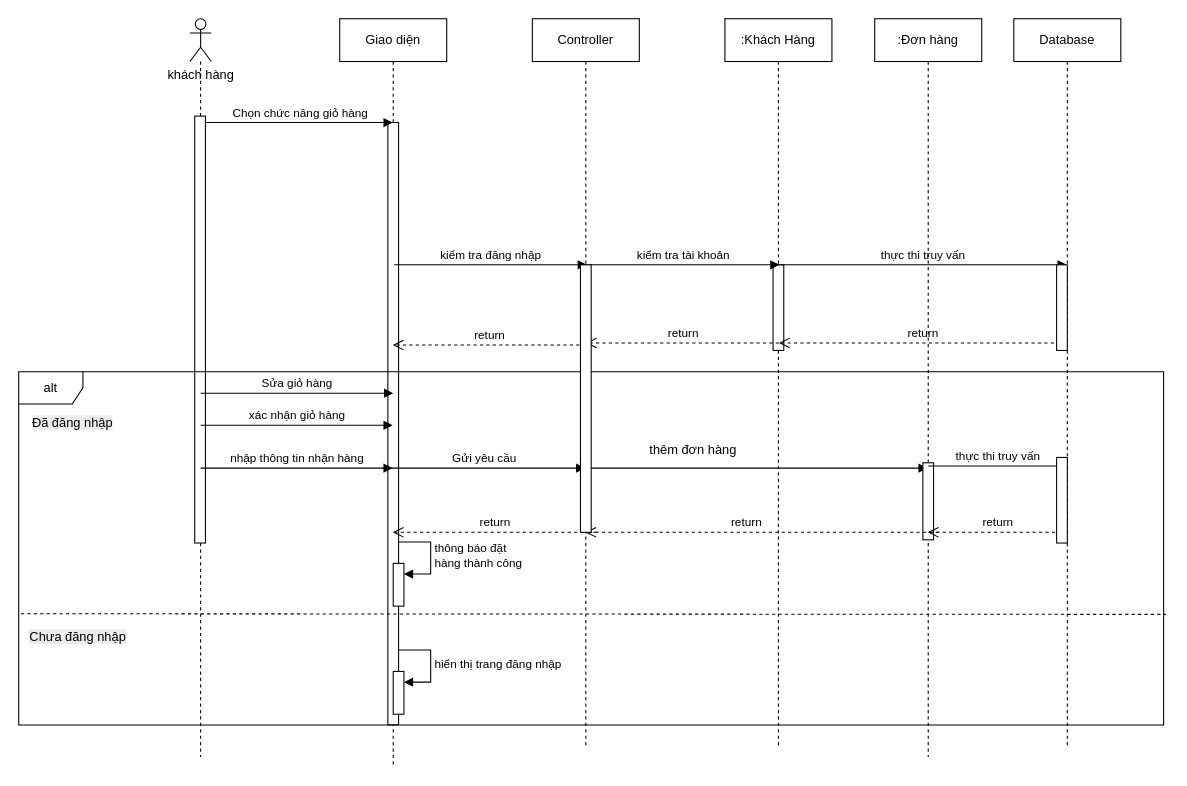
Above: User/Sequence/dathang.drawio in dmn-05/PTTK-HTTT (draw.io), before the change. Source tidied: cells renumbered, new cells numbered last; positions are measured from the earlier drawing's top-left corner, leaving out a move shared by most shapes. Both pictures are drawn from the tidied source at 107%, with x=0, y=0 at pixel (18, 18).
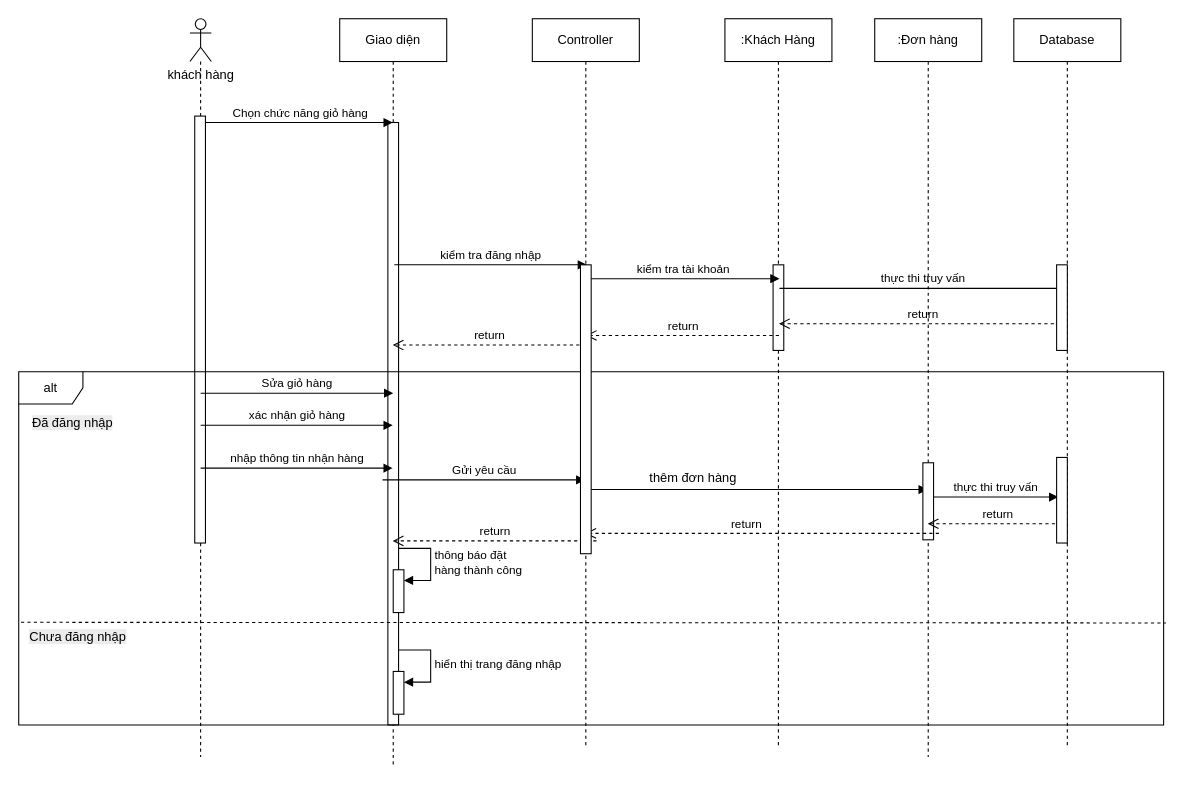
Above is the later version.

Unchanged cells that the change refers to:
```xml
<mxCell id="9" value="Database" style="shape=umlLifeline;perimeter=lifelinePerimeter;whiteSpace=wrap;html=1;outlineConnect=0;portConstraint=eastwest;newEdgeStyle={&quot;curved&quot;:0,&quot;rounded&quot;:0};" parent="1" vertex="1">
  <mxGeometry x="930" width="100" height="680" as="geometry" />
</mxCell>
<mxCell id="10" value="Controller" style="shape=umlLifeline;perimeter=lifelinePerimeter;whiteSpace=wrap;html=1;outlineConnect=0;portConstraint=eastwest;newEdgeStyle={&quot;curved&quot;:0,&quot;rounded&quot;:0};" parent="1" vertex="1">
  <mxGeometry x="480" width="100" height="680" as="geometry" />
</mxCell>
<mxCell id="24" value=":Đơn hàng" style="shape=umlLifeline;perimeter=lifelinePerimeter;whiteSpace=wrap;html=1;outlineConnect=0;portConstraint=eastwest;newEdgeStyle={&quot;curved&quot;:0,&quot;rounded&quot;:0};" parent="1" vertex="1">
  <mxGeometry x="800" width="100" height="690" as="geometry" />
</mxCell>
```

Diff of the diagram source:
```diff
@@
     <mxCell id="13" value="kiểm tra tài khoản" style="html=1;verticalAlign=bottom;endArrow=block;curved=0;rounded=0;" parent="1" edge="1">
       <mxGeometry relative="1" as="geometry">
-        <mxPoint x="531" y="230" as="sourcePoint" />
-        <mxPoint x="711" y="230" as="targetPoint" />
+        <mxPoint x="531" y="243" as="sourcePoint" />
+        <mxPoint x="711" y="243" as="targetPoint" />
       </mxGeometry>
     </mxCell>
-    <mxCell id="14" value="thực thi truy vấn" style="html=1;verticalAlign=bottom;endArrow=block;curved=0;rounded=0;" parent="1" edge="1" target="9">
+    <mxCell id="14" value="thực thi truy vấn" style="html=1;verticalAlign=bottom;endArrow=block;curved=0;rounded=0;" parent="1" edge="1">
       <mxGeometry relative="1" as="geometry">
-        <mxPoint x="711" y="230" as="sourcePoint" />
+        <mxPoint x="711" y="252" as="sourcePoint" />
+        <mxPoint x="979.5" y="252" as="targetPoint" />
       </mxGeometry>
     </mxCell>
-    <mxCell id="15" value="return" style="html=1;verticalAlign=bottom;endArrow=open;dashed=1;endSize=8;curved=0;rounded=0;" parent="1" edge="1" source="9">
+    <mxCell id="15" value="return" style="html=1;verticalAlign=bottom;endArrow=open;dashed=1;endSize=8;curved=0;rounded=0;" parent="1" edge="1">
       <mxGeometry relative="1" as="geometry">
-        <mxPoint x="710.5" y="303" as="targetPoint" />
+        <mxPoint x="979.5" y="285" as="sourcePoint" />
+        <mxPoint x="710.5" y="285" as="targetPoint" />
       </mxGeometry>
     </mxCell>
@@
     <mxCell id="18" value="return" style="html=1;verticalAlign=bottom;endArrow=open;dashed=1;endSize=8;curved=0;rounded=0;" parent="1" edge="1">
       <mxGeometry relative="1" as="geometry">
-        <mxPoint x="710.5" y="303" as="sourcePoint" />
-        <mxPoint x="530" y="303" as="targetPoint" />
+        <mxPoint x="710.5" y="296" as="sourcePoint" />
+        <mxPoint x="530" y="296" as="targetPoint" />
       </mxGeometry>
     </mxCell>
@@
-    <mxCell id="22" value="Gửi yêu cầu" style="html=1;verticalAlign=bottom;endArrow=block;curved=0;rounded=0;" parent="1" edge="1" target="10">
+    <mxCell id="22" value="Gửi yêu cầu" style="html=1;verticalAlign=bottom;endArrow=block;curved=0;rounded=0;" parent="1" edge="1">
       <mxGeometry relative="1" as="geometry">
-        <mxPoint x="340" y="420" as="sourcePoint" />
+        <mxPoint x="340" y="431" as="sourcePoint" />
+        <mxPoint x="529.5" y="431" as="targetPoint" />
       </mxGeometry>
     </mxCell>
-    <mxCell id="23" style="html=1;verticalAlign=bottom;endArrow=block;curved=0;rounded=0;" parent="1" edge="1" target="24">
+    <mxCell id="23" style="html=1;verticalAlign=bottom;endArrow=block;curved=0;rounded=0;" parent="1" edge="1">
       <mxGeometry x="-0.44" y="10" relative="1" as="geometry">
-        <mxPoint x="530" y="420" as="sourcePoint" />
+        <mxPoint x="530" y="440" as="sourcePoint" />
+        <mxPoint x="849.5" y="440" as="targetPoint" />
       </mxGeometry>
     </mxCell>
@@
-    <mxCell id="26" value="thực thi truy vấn" style="html=1;verticalAlign=bottom;endArrow=block;curved=0;rounded=0;" parent="1" edge="1" target="9">
+    <mxCell id="26" value="thực thi truy vấn" style="html=1;verticalAlign=bottom;endArrow=block;curved=0;rounded=0;" parent="1" edge="1">
       <mxGeometry relative="1" as="geometry">
-        <mxPoint x="850" y="418" as="sourcePoint" />
+        <mxPoint x="855" y="447" as="sourcePoint" />
+        <mxPoint x="971.5" y="447" as="targetPoint" />
       </mxGeometry>
     </mxCell>
-    <mxCell id="27" value="return" style="html=1;verticalAlign=bottom;endArrow=open;dashed=1;endSize=8;curved=0;rounded=0;" parent="1" edge="1" target="24">
+    <mxCell id="27" value="return" style="html=1;verticalAlign=bottom;endArrow=open;dashed=1;endSize=8;curved=0;rounded=0;" parent="1" edge="1">
       <mxGeometry relative="1" as="geometry">
-        <mxPoint x="980.5" y="480" as="sourcePoint" />
+        <mxPoint x="980.5" y="472" as="sourcePoint" />
+        <mxPoint x="849.5" y="472" as="targetPoint" />
       </mxGeometry>
     </mxCell>
-    <mxCell id="28" value="return" style="html=1;verticalAlign=bottom;endArrow=open;dashed=1;endSize=8;curved=0;rounded=0;" parent="1" edge="1" target="10">
+    <mxCell id="28" value="return" style="html=1;verticalAlign=bottom;endArrow=open;dashed=1;endSize=8;curved=0;rounded=0;" parent="1" edge="1">
       <mxGeometry x="0.09" relative="1" as="geometry">
-        <mxPoint x="860" y="480" as="sourcePoint" />
+        <mxPoint x="860" y="481" as="sourcePoint" />
+        <mxPoint x="529.5" y="481" as="targetPoint" />
       </mxGeometry>
     </mxCell>
     <mxCell id="29" value="thêm đơn hàng" style="text;html=1;align=center;verticalAlign=middle;strokeColor=none;fillColor=none;" parent="1" vertex="1">
-      <mxGeometry x="580" y="388" width="100" height="30" as="geometry" />
+      <mxGeometry x="580" y="414" width="100" height="30" as="geometry" />
     </mxCell>
     <mxCell id="30" value="return" style="html=1;verticalAlign=bottom;endArrow=open;dashed=1;endSize=8;curved=0;rounded=0;" parent="1" edge="1">
       <mxGeometry relative="1" as="geometry">
-        <mxPoint x="540" y="480" as="sourcePoint" />
-        <mxPoint x="349.5" y="480" as="targetPoint" />
+        <mxPoint x="540" y="488" as="sourcePoint" />
+        <mxPoint x="349.5" y="488" as="targetPoint" />
       </mxGeometry>
     </mxCell>
@@
     <mxCell id="32" style="endArrow=none;dashed=1;html=1;rounded=0;exitX=0.002;exitY=0.779;exitDx=0;exitDy=0;exitPerimeter=0;entryX=1.002;entryY=0.781;entryDx=0;entryDy=0;entryPerimeter=0;" parent="1" edge="1">
       <mxGeometry relative="1" as="geometry">
-        <mxPoint x="2.1" y="556.1" as="sourcePoint" />
-        <mxPoint x="1072.1" y="556.7" as="targetPoint" />
+        <mxPoint x="2.1" y="564.1" as="sourcePoint" />
+        <mxPoint x="1072.1" y="564.7" as="targetPoint" />
       </mxGeometry>
     </mxCell>
@@
     <mxCell id="34" style="html=1;perimeter=orthogonalPerimeter;targetShapes=umlLifeline;newEdgeStyle={&quot;curved&quot;:0,&quot;rounded&quot;:0};" parent="1" vertex="1">
-      <mxGeometry x="525" y="230" width="10" height="250" as="geometry" />
+      <mxGeometry x="525" y="230" width="10" height="270" as="geometry" />
     </mxCell>
@@
     <mxCell id="38" style="html=1;points=[[0,0,0,0,5],[0,1,0,0,-5],[1,0,0,0,5],[1,1,0,0,-5]];perimeter=orthogonalPerimeter;outlineConnect=0;targetShapes=umlLifeline;portConstraint=eastwest;newEdgeStyle={&quot;curved&quot;:0,&quot;rounded&quot;:0};" parent="1" vertex="1">
-      <mxGeometry x="350" y="509" width="10" height="40" as="geometry" />
+      <mxGeometry x="350" y="515" width="10" height="40" as="geometry" />
     </mxCell>
     <mxCell id="39" value="thông báo đặt&lt;div&gt;hàng thành công&lt;/div&gt;" style="html=1;align=left;spacingLeft=2;endArrow=block;rounded=0;edgeStyle=orthogonalEdgeStyle;curved=0;rounded=0;" parent="1" edge="1" target="38">
       <mxGeometry relative="1" as="geometry">
-        <mxPoint x="355" y="489" as="sourcePoint" />
+        <mxPoint x="355" y="495" as="sourcePoint" />
         <Array as="points">
-          <mxPoint x="385" y="519" />
+          <mxPoint x="385" y="525" />
         </Array>
       </mxGeometry>
     </mxCell>
```
